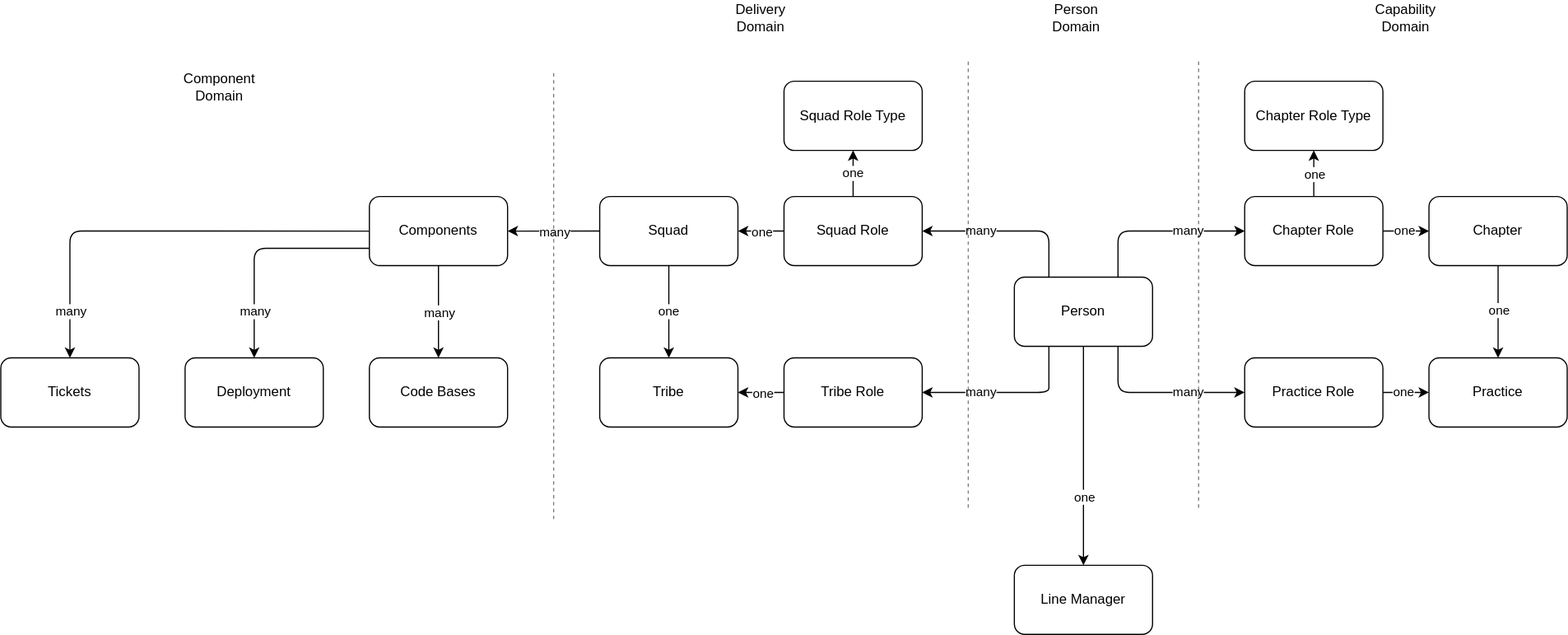
Earlier version of the draw.io export docs/data.drawio.svg (jdotw/swamp). Source tidied: cells renumbered, new cells last; positions are measured from the earlier drawing's top-left corner, leaving out a move shared by most shapes.
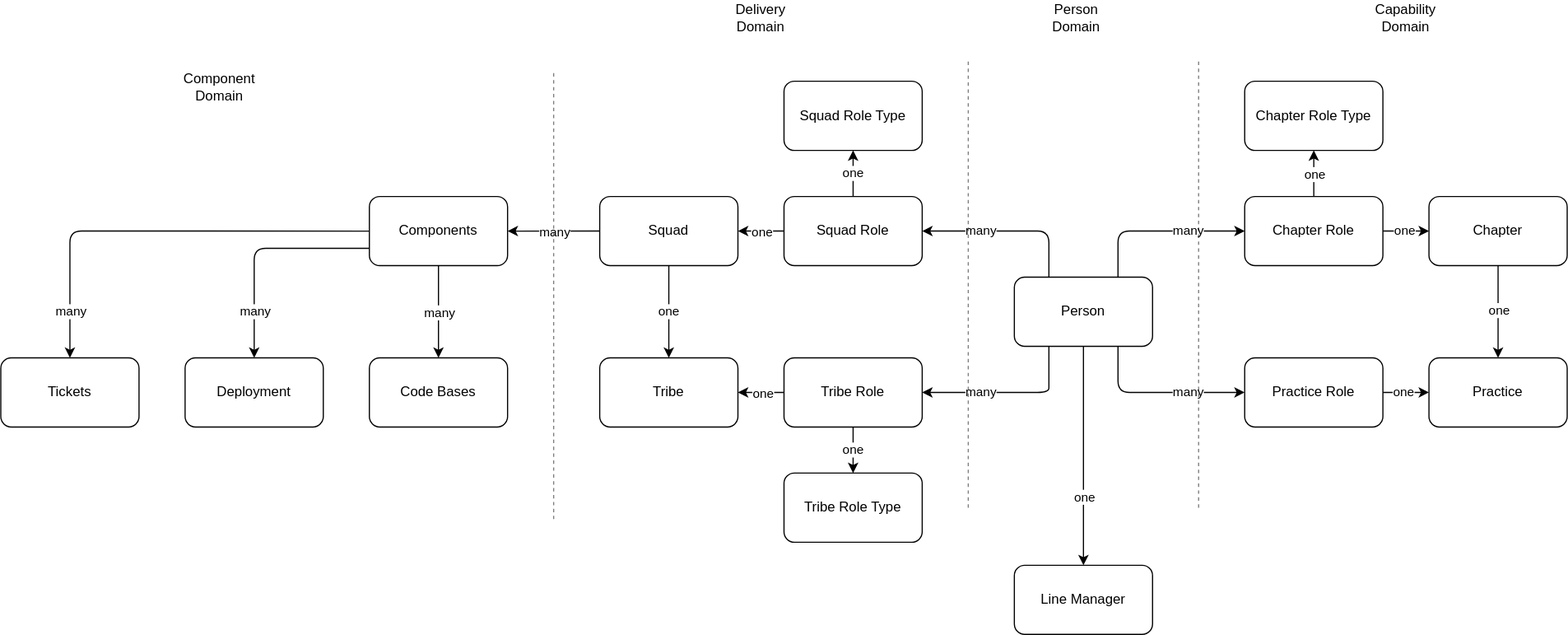
The same file after the commit.

What changed in the source:
```diff
@@ -221,5 +221,11 @@
     <mxCell id="56" value="Capability Domain" style="text;html=1;strokeColor=none;fillColor=none;align=center;verticalAlign=middle;whiteSpace=wrap;rounded=0;dashed=1;" parent="1" vertex="1">
       <mxGeometry x="1190" width="60" height="30" as="geometry" />
     </mxCell>
+    <mxCell id="57" value="one" style="edgeStyle=none;html=1;exitX=0.5;exitY=1;exitDx=0;exitDy=0;entryX=0.5;entryY=0;entryDx=0;entryDy=0;" parent="1" edge="1" source="44" target="58">
+      <mxGeometry relative="1" as="geometry" />
+    </mxCell>
+    <mxCell id="58" value="Tribe Role Type" style="rounded=1;whiteSpace=wrap;html=1;" parent="1" vertex="1">
+      <mxGeometry x="680" y="410" width="120" height="60" as="geometry" />
+    </mxCell>
   </root>
 </mxGraphModel>
```
